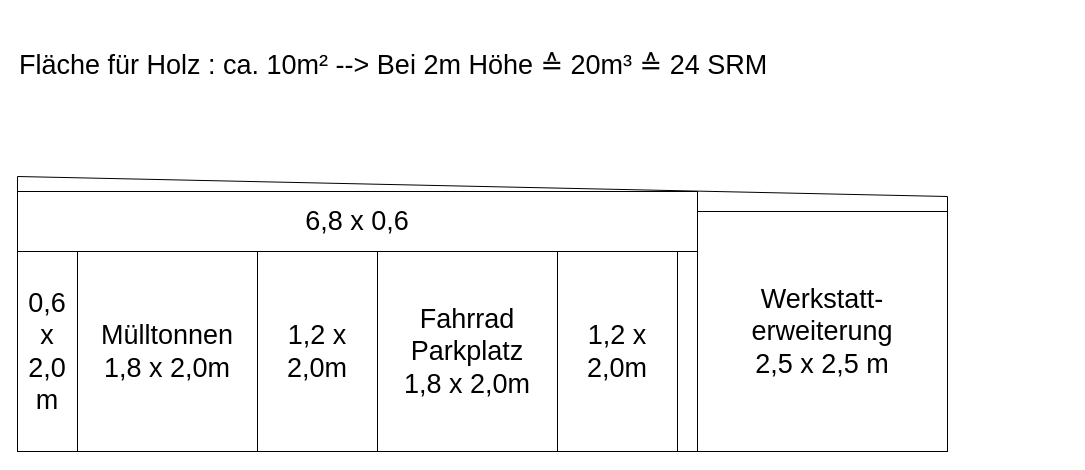
Above: Solarbetriebener Brennholzregalfahrradständer.drawio in Meckermuecke/Solarbetriebene-Brennholzregalwerkstatt-mit-Fahrradst-nder (draw.io), before the change. Source tidied: cells renumbered, new cells numbered last; positions are measured from the earlier drawing's top-left corner, leaving out a move shared by most shapes. Both pictures are drawn from the tidied source at 100%, with x=0, y=0 at pixel (17, 50).
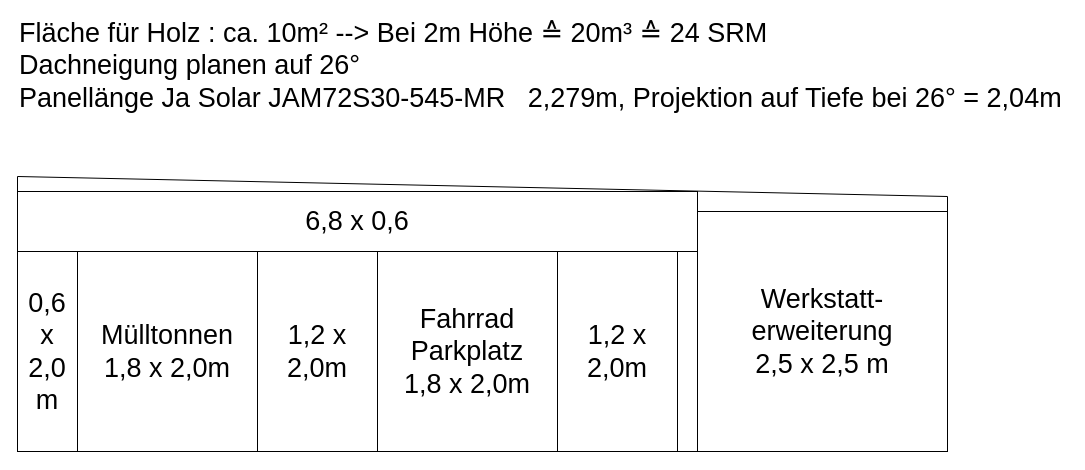
After the change.

Commit message:
Details zu Dachneigung hinzugefügt

What changed in the source:
```diff
@@
 <mxGraphModel>
   <root>
     <mxCell id="0" />
     <mxCell id="1" parent="0" />
     <mxCell id="2" value="6,8 x 0,6" style="rounded=0;whiteSpace=wrap;html=1;fontSize=27;" parent="1" vertex="1">
       <mxGeometry y="141" width="680" height="60" as="geometry" />
     </mxCell>
     <mxCell id="3" style="endArrow=none;html=1;rounded=0;snapToPoint=1;strokeColor=default;" parent="1" edge="1">
       <mxGeometry relative="1" as="geometry">
         <mxPoint y="401" as="sourcePoint" />
         <mxPoint x="930" y="401" as="targetPoint" />
       </mxGeometry>
     </mxCell>
     <mxCell id="4" style="endArrow=none;html=1;rounded=0;snapToPoint=1;strokeColor=default;" parent="1" edge="1">
       <mxGeometry relative="1" as="geometry">
         <mxPoint y="401" as="sourcePoint" />
         <mxPoint y="126" as="targetPoint" />
       </mxGeometry>
     </mxCell>
     <mxCell id="5" style="endArrow=none;html=1;rounded=0;snapToPoint=1;strokeColor=default;" parent="1" edge="1">
       <mxGeometry relative="1" as="geometry">
         <mxPoint x="930" y="401" as="sourcePoint" />
         <mxPoint x="930" y="146" as="targetPoint" />
       </mxGeometry>
     </mxCell>
     <mxCell id="6" style="endArrow=none;html=1;rounded=0;snapToPoint=1;strokeColor=default;" parent="1" edge="1">
       <mxGeometry relative="1" as="geometry">
         <mxPoint y="126" as="sourcePoint" />
         <mxPoint x="930" y="146" as="targetPoint" />
       </mxGeometry>
     </mxCell>
     <mxCell id="7" value="Mülltonnen&lt;br&gt;1,8 x 2,0m" style="rounded=0;whiteSpace=wrap;html=1;fontSize=27;" parent="1" vertex="1">
       <mxGeometry x="60" y="201" width="180" height="200" as="geometry" />
     </mxCell>
     <mxCell id="8" value="Fahrrad&lt;br style=&quot;font-size: 27px;&quot;&gt;Parkplatz&lt;br&gt;1,8 x 2,0m" style="rounded=0;whiteSpace=wrap;html=1;fontSize=27;" parent="1" vertex="1">
       <mxGeometry x="360" y="201" width="180" height="200" as="geometry" />
     </mxCell>
     <mxCell id="9" value="Werkstatt-&lt;br&gt;erweiterung&lt;br&gt;2,5 x 2,5 m" style="rounded=0;whiteSpace=wrap;html=1;fontSize=27;" parent="1" vertex="1">
       <mxGeometry x="680" y="161" width="250" height="240" as="geometry" />
     </mxCell>
     <mxCell id="10" value="0,6 x 2,0 m" style="rounded=0;whiteSpace=wrap;html=1;fontSize=27;textDirection=rtl;" parent="1" vertex="1">
       <mxGeometry y="201" width="60" height="200" as="geometry" />
     </mxCell>
     <mxCell id="11" value="1,2 x 2,0m" style="rounded=0;whiteSpace=wrap;html=1;fontSize=27;" parent="1" vertex="1">
       <mxGeometry x="240" y="201" width="120" height="200" as="geometry" />
     </mxCell>
     <mxCell id="12" value="1,2 x 2,0m" style="rounded=0;whiteSpace=wrap;html=1;fontSize=27;" parent="1" vertex="1">
       <mxGeometry x="540" y="201" width="120" height="200" as="geometry" />
     </mxCell>
-    <mxCell id="13" value="Fläche für Holz : ca. 10m² --&amp;gt; Bei 2m Höhe ≙ 20m³ ≙ 24 SRM" style="text;html=1;strokeColor=none;fillColor=none;align=left;verticalAlign=middle;whiteSpace=wrap;rounded=0;fontSize=27;" parent="1" vertex="1">
-      <mxGeometry width="990" height="30" as="geometry" />
+    <mxCell id="13" value="Fläche für Holz : ca. 10m² --&amp;gt; Bei 2m Höhe ≙ 20m³ ≙ 24 SRM&lt;br&gt;Dachneigung planen auf 26°&lt;br&gt;Panellänge&amp;nbsp;Ja Solar&amp;nbsp;JAM72S30-545-MR&amp;nbsp; &amp;nbsp;2,279m, Projektion auf Tiefe bei 26° = 2,04m" style="text;html=1;strokeColor=none;fillColor=none;align=left;verticalAlign=middle;whiteSpace=wrap;rounded=0;fontSize=27;" parent="1" vertex="1">
+      <mxGeometry width="1050" height="30" as="geometry" />
     </mxCell>
   </root>
 </mxGraphModel>
```
